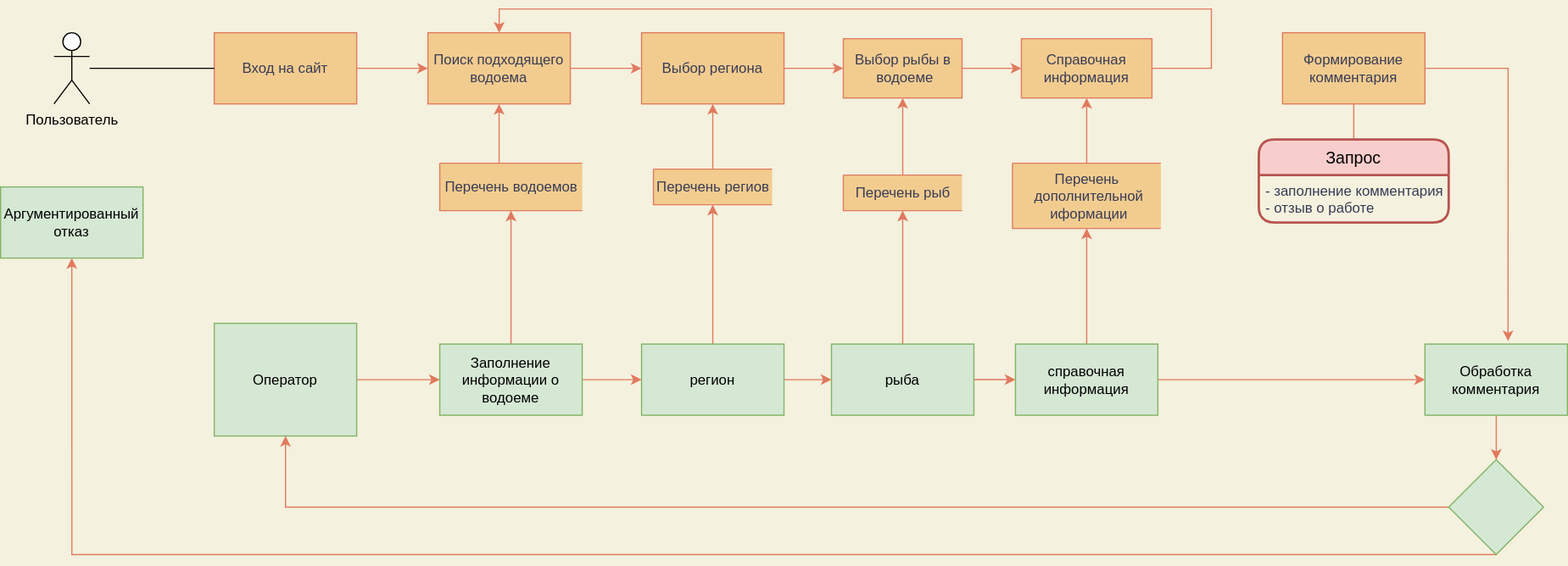
The draw.io diagram DFD latest.svg in Gsuslov/site, before a commit. Source tidied: cells renumbered, new cells last; positions are measured from the earlier drawing's top-left corner, leaving out a move shared by most shapes.
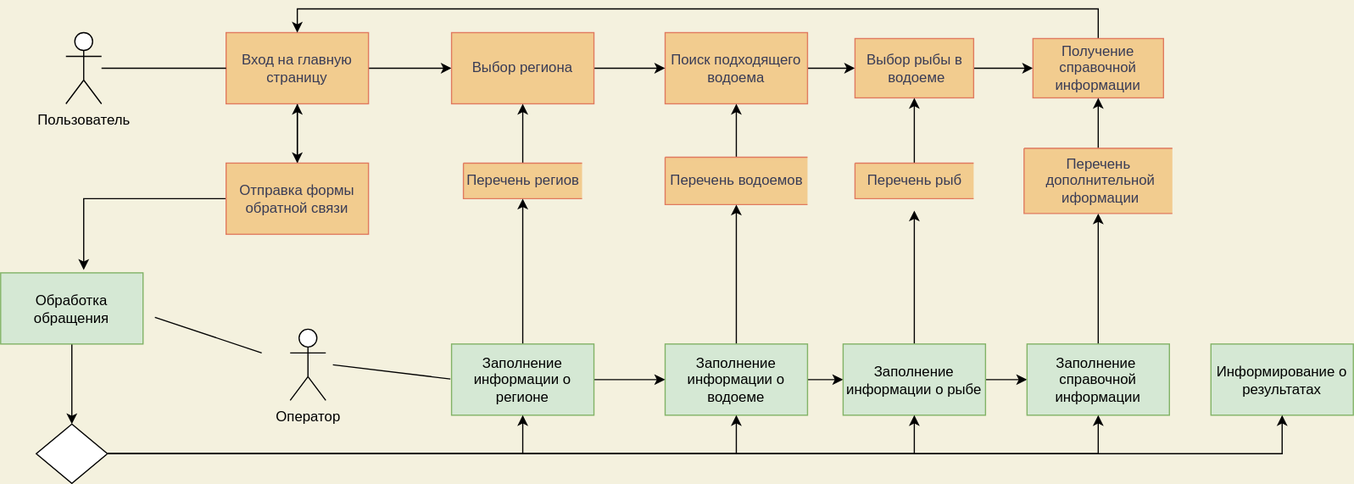
Later version of the same file.

Diff of the diagram source:
```diff
@@ -2,148 +2,124 @@
   <root>
     <mxCell id="0" />
     <mxCell id="1" parent="0" />
-    <mxCell id="2" style="edgeStyle=orthogonalEdgeStyle;rounded=0;jettySize=auto;html=1;labelBackgroundColor=#F4F1DE;strokeColor=#E07A5F;fontColor=#393C56;" parent="1" edge="1" source="3" target="5">
-      <mxGeometry relative="1" as="geometry" />
-    </mxCell>
+    <mxCell id="47" style="edgeStyle=orthogonalEdgeStyle;rounded=0;jettySize=auto;html=1;" parent="1" edge="1" source="3" target="7">
+      <mxGeometry relative="1" as="geometry" />
+    </mxCell>
+    <mxCell id="48" style="edgeStyle=orthogonalEdgeStyle;rounded=0;jettySize=auto;html=1;" parent="1" edge="1" source="3" target="36">
+      <mxGeometry relative="1" as="geometry" />
+    </mxCell>
-    <mxCell id="3" value="Вход на сайт" style="rounded=0;whiteSpace=wrap;html=1;fillColor=#F2CC8F;strokeColor=#E07A5F;fontColor=#393C56;" parent="1" vertex="1">
+    <mxCell id="3" value="Вход на главную страницу" style="rounded=0;whiteSpace=wrap;html=1;fillColor=#F2CC8F;strokeColor=#E07A5F;fontColor=#393C56;" parent="1" vertex="1">
       <mxGeometry x="180" y="20" width="120" height="60" as="geometry" />
     </mxCell>
-    <mxCell id="4" style="edgeStyle=orthogonalEdgeStyle;rounded=0;jettySize=auto;html=1;labelBackgroundColor=#F4F1DE;strokeColor=#E07A5F;fontColor=#393C56;" parent="1" edge="1" source="5" target="7">
-      <mxGeometry relative="1" as="geometry" />
-    </mxCell>
+    <mxCell id="49" style="edgeStyle=orthogonalEdgeStyle;rounded=0;jettySize=auto;html=1;" parent="1" edge="1" source="5" target="14">
+      <mxGeometry relative="1" as="geometry" />
+    </mxCell>
     <mxCell id="5" value="Поиск подходящего водоема" style="rounded=0;whiteSpace=wrap;html=1;fillColor=#F2CC8F;strokeColor=#E07A5F;fontColor=#393C56;" parent="1" vertex="1">
-      <mxGeometry x="360" y="20" width="120" height="60" as="geometry" />
+      <mxGeometry x="550" y="20" width="120" height="60" as="geometry" />
     </mxCell>
-    <mxCell id="6" style="edgeStyle=orthogonalEdgeStyle;rounded=0;jettySize=auto;html=1;labelBackgroundColor=#F4F1DE;strokeColor=#E07A5F;fontColor=#393C56;" parent="1" edge="1" source="7" target="14">
-      <mxGeometry relative="1" as="geometry" />
-    </mxCell>
+    <mxCell id="50" style="edgeStyle=orthogonalEdgeStyle;rounded=0;jettySize=auto;html=1;" parent="1" edge="1" source="7" target="5">
+      <mxGeometry relative="1" as="geometry" />
+    </mxCell>
     <mxCell id="7" value="Выбор региона" style="rounded=0;whiteSpace=wrap;html=1;fillColor=#F2CC8F;strokeColor=#E07A5F;fontColor=#393C56;" parent="1" vertex="1">
-      <mxGeometry x="540" y="20" width="120" height="60" as="geometry" />
+      <mxGeometry x="370" y="20" width="120" height="60" as="geometry" />
     </mxCell>
-    <mxCell id="8" style="edgeStyle=orthogonalEdgeStyle;rounded=0;jettySize=auto;html=1;labelBackgroundColor=#F4F1DE;strokeColor=#E07A5F;fontColor=#393C56;" parent="1" edge="1" source="15" target="5">
-      <mxGeometry relative="1" as="geometry">
-        <Array as="points">
-          <mxPoint x="1020" y="50" />
-          <mxPoint x="1020" />
-          <mxPoint x="420" />
-        </Array>
-      </mxGeometry>
-    </mxCell>
-    <mxCell id="9" style="edgeStyle=orthogonalEdgeStyle;rounded=0;jettySize=auto;html=1;labelBackgroundColor=#F4F1DE;strokeColor=#E07A5F;fontColor=#393C56;" parent="1" edge="1" target="5">
-      <mxGeometry relative="1" as="geometry">
-        <mxPoint x="420" y="130" as="sourcePoint" />
-      </mxGeometry>
-    </mxCell>
+    <mxCell id="51" style="edgeStyle=orthogonalEdgeStyle;rounded=0;jettySize=auto;html=1;entryX=0.5;entryY=1;entryDx=0;entryDy=0;" parent="1" edge="1" source="10" target="5">
+      <mxGeometry relative="1" as="geometry" />
+    </mxCell>
     <mxCell id="10" value="Перечень водоемов" style="html=1;dashed=0;whitespace=wrap;shape=partialRectangle;right=0;fillColor=#F2CC8F;strokeColor=#E07A5F;fontColor=#393C56;" parent="1" vertex="1">
-      <mxGeometry x="370" y="130" width="120" height="40" as="geometry" />
+      <mxGeometry x="550" y="125" width="120" height="40" as="geometry" />
     </mxCell>
-    <mxCell id="11" style="edgeStyle=orthogonalEdgeStyle;rounded=0;jettySize=auto;html=1;labelBackgroundColor=#F4F1DE;strokeColor=#E07A5F;fontColor=#393C56;" parent="1" edge="1" source="12" target="7">
+    <mxCell id="11" style="edgeStyle=orthogonalEdgeStyle;rounded=0;jettySize=auto;html=1;" parent="1" edge="1" source="12" target="7">
       <mxGeometry relative="1" as="geometry" />
     </mxCell>
     <mxCell id="12" value="Перечень региов" style="html=1;dashed=0;whitespace=wrap;shape=partialRectangle;right=0;fillColor=#F2CC8F;strokeColor=#E07A5F;fontColor=#393C56;" parent="1" vertex="1">
-      <mxGeometry x="550" y="135" width="100" height="30" as="geometry" />
+      <mxGeometry x="380" y="130" width="100" height="30" as="geometry" />
     </mxCell>
-    <mxCell id="13" style="edgeStyle=orthogonalEdgeStyle;rounded=0;jettySize=auto;html=1;labelBackgroundColor=#F4F1DE;strokeColor=#E07A5F;fontColor=#393C56;" parent="1" edge="1" source="14" target="15">
+    <mxCell id="13" style="edgeStyle=orthogonalEdgeStyle;rounded=0;jettySize=auto;html=1;" parent="1" edge="1" source="14" target="15">
       <mxGeometry relative="1" as="geometry" />
     </mxCell>
     <mxCell id="14" value="Выбор рыбы в&lt;br&gt;&amp;nbsp;водоеме" style="html=1;dashed=0;whitespace=wrap;fillColor=#F2CC8F;strokeColor=#E07A5F;fontColor=#393C56;" parent="1" vertex="1">
       <mxGeometry x="710" y="25" width="100" height="50" as="geometry" />
     </mxCell>
+    <mxCell id="52" style="edgeStyle=orthogonalEdgeStyle;rounded=0;jettySize=auto;html=1;entryX=0.5;entryY=0;entryDx=0;entryDy=0;" parent="1" edge="1" source="15" target="3">
+      <mxGeometry relative="1" as="geometry">
+        <Array as="points">
+          <mxPoint x="915" />
+          <mxPoint x="240" />
+        </Array>
+      </mxGeometry>
+    </mxCell>
-    <mxCell id="15" value="Справочная информация" style="rounded=0;whiteSpace=wrap;html=1;fillColor=#F2CC8F;strokeColor=#E07A5F;fontColor=#393C56;" parent="1" vertex="1">
+    <mxCell id="15" value="Получение справочной информации" style="rounded=0;whiteSpace=wrap;html=1;fillColor=#F2CC8F;strokeColor=#E07A5F;fontColor=#393C56;" parent="1" vertex="1">
       <mxGeometry x="860" y="25" width="110" height="50" as="geometry" />
     </mxCell>
-    <mxCell id="16" style="edgeStyle=orthogonalEdgeStyle;rounded=0;jettySize=auto;html=1;labelBackgroundColor=#F4F1DE;strokeColor=#E07A5F;fontColor=#393C56;" parent="1" edge="1" source="17" target="24">
-      <mxGeometry relative="1" as="geometry" />
-    </mxCell>
-    <mxCell id="17" value="Оператор&lt;br&gt;" style="rounded=0;whiteSpace=wrap;html=1;fillColor=#d5e8d4;strokeColor=#82b366;" parent="1" vertex="1">
-      <mxGeometry x="180" y="265" width="120" height="95" as="geometry" />
-    </mxCell>
-    <mxCell id="18" style="edgeStyle=orthogonalEdgeStyle;rounded=0;jettySize=auto;html=1;labelBackgroundColor=#F4F1DE;strokeColor=#E07A5F;fontColor=#393C56;" parent="1" edge="1" source="19" target="14">
+    <mxCell id="18" style="edgeStyle=orthogonalEdgeStyle;rounded=0;jettySize=auto;html=1;" parent="1" edge="1" source="19" target="14">
       <mxGeometry relative="1" as="geometry" />
     </mxCell>
     <mxCell id="19" value="Перечень рыб" style="html=1;dashed=0;whitespace=wrap;shape=partialRectangle;right=0;fillColor=#F2CC8F;strokeColor=#E07A5F;fontColor=#393C56;" parent="1" vertex="1">
-      <mxGeometry x="710" y="140" width="100" height="30" as="geometry" />
+      <mxGeometry x="710" y="130" width="100" height="30" as="geometry" />
     </mxCell>
-    <mxCell id="20" style="edgeStyle=orthogonalEdgeStyle;rounded=0;jettySize=auto;html=1;labelBackgroundColor=#F4F1DE;strokeColor=#E07A5F;fontColor=#393C56;" parent="1" edge="1" source="21" target="15">
+    <mxCell id="20" style="edgeStyle=orthogonalEdgeStyle;rounded=0;jettySize=auto;html=1;" parent="1" edge="1" source="21" target="15">
       <mxGeometry relative="1" as="geometry" />
     </mxCell>
     <mxCell id="21" value="Перечень&lt;br&gt;&amp;nbsp;дополнительной&lt;br&gt;&amp;nbsp;иформации" style="html=1;dashed=0;whitespace=wrap;shape=partialRectangle;right=0;fillColor=#F2CC8F;strokeColor=#E07A5F;fontColor=#393C56;" parent="1" vertex="1">
-      <mxGeometry x="852.5" y="130" width="125" height="55" as="geometry" />
+      <mxGeometry x="852.5" y="117.5" width="125" height="55" as="geometry" />
     </mxCell>
+    <mxCell id="53" style="edgeStyle=orthogonalEdgeStyle;rounded=0;jettySize=auto;html=1;" parent="1" edge="1" source="24" target="30">
+      <mxGeometry relative="1" as="geometry" />
+    </mxCell>
-    <mxCell id="22" style="edgeStyle=orthogonalEdgeStyle;rounded=0;jettySize=auto;html=1;entryX=0.5;entryY=1;entryDx=0;entryDy=0;labelBackgroundColor=#F4F1DE;strokeColor=#E07A5F;fontColor=#393C56;" parent="1" edge="1" source="24" target="10">
+    <mxCell id="22" style="edgeStyle=orthogonalEdgeStyle;rounded=0;jettySize=auto;html=1;entryX=0.5;entryY=1;entryDx=0;entryDy=0;" parent="1" edge="1" source="24" target="10">
       <mxGeometry relative="1" as="geometry" />
     </mxCell>
-    <mxCell id="23" style="edgeStyle=orthogonalEdgeStyle;rounded=0;jettySize=auto;html=1;labelBackgroundColor=#F4F1DE;strokeColor=#E07A5F;fontColor=#393C56;" parent="1" edge="1" source="24" target="27">
-      <mxGeometry relative="1" as="geometry" />
-    </mxCell>
     <mxCell id="24" value="Заполнение информации о водоеме" style="rounded=0;whiteSpace=wrap;html=1;fillColor=#d5e8d4;strokeColor=#82b366;" parent="1" vertex="1">
-      <mxGeometry x="370" y="282.5" width="120" height="60" as="geometry" />
+      <mxGeometry x="550" y="282.5" width="120" height="60" as="geometry" />
     </mxCell>
-    <mxCell id="25" style="edgeStyle=orthogonalEdgeStyle;rounded=0;jettySize=auto;html=1;labelBackgroundColor=#F4F1DE;strokeColor=#E07A5F;fontColor=#393C56;" parent="1" edge="1" source="27" target="30">
-      <mxGeometry relative="1" as="geometry" />
-    </mxCell>
+    <mxCell id="54" style="edgeStyle=orthogonalEdgeStyle;rounded=0;jettySize=auto;html=1;" parent="1" edge="1" source="27" target="24">
+      <mxGeometry relative="1" as="geometry" />
+    </mxCell>
-    <mxCell id="26" style="edgeStyle=orthogonalEdgeStyle;rounded=0;jettySize=auto;html=1;labelBackgroundColor=#F4F1DE;strokeColor=#E07A5F;fontColor=#393C56;" parent="1" edge="1" source="27" target="12">
+    <mxCell id="26" style="edgeStyle=orthogonalEdgeStyle;rounded=0;jettySize=auto;html=1;entryX=0.5;entryY=1;entryDx=0;entryDy=0;" parent="1" edge="1" source="27" target="12">
       <mxGeometry relative="1" as="geometry" />
     </mxCell>
-    <mxCell id="27" value="регион" style="rounded=0;whiteSpace=wrap;html=1;fillColor=#d5e8d4;strokeColor=#82b366;" parent="1" vertex="1">
-      <mxGeometry x="540" y="282.5" width="120" height="60" as="geometry" />
+    <mxCell id="27" value="Заполнение информации о регионе" style="rounded=0;whiteSpace=wrap;html=1;fillColor=#d5e8d4;strokeColor=#82b366;" parent="1" vertex="1">
+      <mxGeometry x="370" y="282.5" width="120" height="60" as="geometry" />
     </mxCell>
-    <mxCell id="28" style="edgeStyle=orthogonalEdgeStyle;rounded=0;jettySize=auto;html=1;labelBackgroundColor=#F4F1DE;strokeColor=#E07A5F;fontColor=#393C56;" parent="1" edge="1" source="30" target="19">
-      <mxGeometry relative="1" as="geometry" />
-    </mxCell>
+    <mxCell id="55" style="edgeStyle=orthogonalEdgeStyle;rounded=0;jettySize=auto;html=1;" parent="1" edge="1" source="30">
+      <mxGeometry relative="1" as="geometry">
+        <mxPoint x="760" y="170" as="targetPoint" />
+      </mxGeometry>
+    </mxCell>
-    <mxCell id="29" style="edgeStyle=orthogonalEdgeStyle;rounded=0;jettySize=auto;html=1;labelBackgroundColor=#F4F1DE;strokeColor=#E07A5F;fontColor=#393C56;" parent="1" edge="1" source="30" target="33">
+    <mxCell id="29" style="edgeStyle=orthogonalEdgeStyle;rounded=0;jettySize=auto;html=1;" parent="1" edge="1" source="30" target="33">
       <mxGeometry relative="1" as="geometry" />
     </mxCell>
-    <mxCell id="30" value="рыба" style="rounded=0;whiteSpace=wrap;html=1;fillColor=#d5e8d4;strokeColor=#82b366;" parent="1" vertex="1">
+    <mxCell id="30" value="Заполнение информации о рыбе" style="rounded=0;whiteSpace=wrap;html=1;fillColor=#d5e8d4;strokeColor=#82b366;" parent="1" vertex="1">
       <mxGeometry x="700" y="282.5" width="120" height="60" as="geometry" />
     </mxCell>
-    <mxCell id="31" style="edgeStyle=orthogonalEdgeStyle;rounded=0;jettySize=auto;html=1;labelBackgroundColor=#F4F1DE;strokeColor=#E07A5F;fontColor=#393C56;" parent="1" edge="1" source="33" target="21">
+    <mxCell id="31" style="edgeStyle=orthogonalEdgeStyle;rounded=0;jettySize=auto;html=1;entryX=0.5;entryY=1;entryDx=0;entryDy=0;" parent="1" edge="1" source="33" target="21">
       <mxGeometry relative="1" as="geometry" />
     </mxCell>
-    <mxCell id="32" style="edgeStyle=orthogonalEdgeStyle;rounded=0;jettySize=auto;html=1;labelBackgroundColor=#F4F1DE;strokeColor=#E07A5F;fontColor=#393C56;" parent="1" edge="1" source="33" target="40">
-      <mxGeometry relative="1" as="geometry" />
-    </mxCell>
-    <mxCell id="33" value="справочная информация" style="rounded=0;whiteSpace=wrap;html=1;fillColor=#d5e8d4;strokeColor=#82b366;" parent="1" vertex="1">
+    <mxCell id="33" value="Заполнение&amp;nbsp; справочной информации" style="rounded=0;whiteSpace=wrap;html=1;fillColor=#d5e8d4;strokeColor=#82b366;" parent="1" vertex="1">
       <mxGeometry x="855" y="282.5" width="120" height="60" as="geometry" />
     </mxCell>
-    <mxCell id="34" style="edgeStyle=orthogonalEdgeStyle;rounded=0;jettySize=auto;html=1;labelBackgroundColor=#F4F1DE;strokeColor=#E07A5F;fontColor=#393C56;" parent="1" edge="1" source="36" target="38">
-      <mxGeometry relative="1" as="geometry" />
-    </mxCell>
-    <mxCell id="35" style="edgeStyle=orthogonalEdgeStyle;rounded=0;jettySize=auto;html=1;labelBackgroundColor=#F4F1DE;strokeColor=#E07A5F;fontColor=#393C56;" parent="1" edge="1" source="36">
-      <mxGeometry relative="1" as="geometry">
-        <mxPoint x="1270" y="280" as="targetPoint" />
-      </mxGeometry>
-    </mxCell>
+    <mxCell id="56" style="edgeStyle=orthogonalEdgeStyle;rounded=0;jettySize=auto;html=1;" parent="1" edge="1" source="36">
+      <mxGeometry relative="1" as="geometry">
+        <mxPoint x="60" y="220" as="targetPoint" />
+      </mxGeometry>
+    </mxCell>
+    <mxCell id="57" style="edgeStyle=orthogonalEdgeStyle;rounded=0;jettySize=auto;html=1;" parent="1" edge="1" source="36">
+      <mxGeometry relative="1" as="geometry">
+        <mxPoint x="240" y="80" as="targetPoint" />
+      </mxGeometry>
+    </mxCell>
-    <mxCell id="36" value="Формирование&lt;br&gt;комментария&lt;br&gt;" style="rounded=0;whiteSpace=wrap;html=1;fillColor=#F2CC8F;strokeColor=#E07A5F;fontColor=#393C56;" parent="1" vertex="1">
-      <mxGeometry x="1080" y="20" width="120" height="60" as="geometry" />
+    <mxCell id="36" value="Отправка формы обратной связи" style="rounded=0;whiteSpace=wrap;html=1;fillColor=#F2CC8F;strokeColor=#E07A5F;fontColor=#393C56;" parent="1" vertex="1">
+      <mxGeometry x="180" y="130" width="120" height="60" as="geometry" />
     </mxCell>
-    <mxCell id="37" value="Запрос" style="swimlane;horizontal=1;startSize=30;rounded=1;fontSize=14;fontStyle=0;strokeWidth=2;shadow=0;dashed=0;align=center;fillColor=#f8cecc;strokeColor=#b85450;" parent="1" vertex="1">
-      <mxGeometry x="1060" y="110" width="160" height="70" as="geometry" />
-    </mxCell>
-    <mxCell id="38" value="- заполнение комментария&#10;- отзыв о работе" style="align=left;strokeColor=none;fillColor=none;spacingLeft=4;fontSize=12;verticalAlign=top;fontColor=#393C56;" parent="37" vertex="1">
-      <mxGeometry y="30" width="160" height="40" as="geometry" />
-    </mxCell>
-    <mxCell id="39" style="edgeStyle=orthogonalEdgeStyle;rounded=0;jettySize=auto;html=1;labelBackgroundColor=#F4F1DE;strokeColor=#E07A5F;fontColor=#393C56;" parent="1" edge="1" source="40" target="43">
-      <mxGeometry relative="1" as="geometry" />
-    </mxCell>
+    <mxCell id="58" style="edgeStyle=orthogonalEdgeStyle;rounded=0;jettySize=auto;html=1;" parent="1" edge="1" source="40" target="66">
+      <mxGeometry relative="1" as="geometry" />
+    </mxCell>
-    <mxCell id="40" value="Обработка&lt;br&gt;комментария" style="rounded=0;whiteSpace=wrap;html=1;fillColor=#d5e8d4;strokeColor=#82b366;" parent="1" vertex="1">
-      <mxGeometry x="1200" y="282.5" width="120" height="60" as="geometry" />
+    <mxCell id="40" value="Обработка&lt;br&gt;обращения" style="rounded=0;whiteSpace=wrap;html=1;fillColor=#d5e8d4;strokeColor=#82b366;" parent="1" vertex="1">
+      <mxGeometry x="-10" y="222.5" width="120" height="60" as="geometry" />
     </mxCell>
-    <mxCell id="41" style="edgeStyle=orthogonalEdgeStyle;rounded=0;jettySize=auto;html=1;labelBackgroundColor=#F4F1DE;strokeColor=#E07A5F;fontColor=#393C56;" parent="1" edge="1" source="43" target="17">
-      <mxGeometry relative="1" as="geometry" />
-    </mxCell>
-    <mxCell id="42" style="edgeStyle=orthogonalEdgeStyle;rounded=0;jettySize=auto;html=1;entryX=0.5;entryY=1;entryDx=0;entryDy=0;labelBackgroundColor=#F4F1DE;strokeColor=#E07A5F;fontColor=#393C56;" parent="1" edge="1" source="43" target="44">
-      <mxGeometry relative="1" as="geometry">
-        <Array as="points">
-          <mxPoint x="60" y="460" />
-        </Array>
-      </mxGeometry>
-    </mxCell>
-    <mxCell id="43" style="rhombus;whiteSpace=wrap;html=1;fillColor=#d5e8d4;strokeColor=#82b366;" parent="1" vertex="1">
-      <mxGeometry x="1220" y="380" width="80" height="80" as="geometry" />
-    </mxCell>
-    <mxCell id="44" value="Аргументированный отказ&lt;br&gt;" style="rounded=0;whiteSpace=wrap;html=1;fillColor=#d5e8d4;strokeColor=#82b366;" parent="1" vertex="1">
-      <mxGeometry y="150" width="120" height="60" as="geometry" />
+    <mxCell id="44" value="Информирование о результатах&lt;br&gt;" style="rounded=0;whiteSpace=wrap;html=1;fillColor=#d5e8d4;strokeColor=#82b366;" parent="1" vertex="1">
+      <mxGeometry x="1010" y="282.5" width="120" height="60" as="geometry" />
     </mxCell>
     <mxCell id="45" style="rounded=0;jettySize=auto;html=1;endArrow=none;endFill=0;" parent="1" edge="1" source="46" target="3">
       <mxGeometry relative="1" as="geometry" />
@@ -151,5 +127,38 @@
     <mxCell id="46" value="Пользователь" style="shape=umlActor;verticalLabelPosition=bottom;verticalAlign=top;html=1;outlineConnect=0;" parent="1" vertex="1">
       <mxGeometry x="45" y="20" width="30" height="60" as="geometry" />
     </mxCell>
+    <mxCell id="17" value="Оператор" style="shape=umlActor;verticalLabelPosition=bottom;verticalAlign=top;html=1;outlineConnect=0;" parent="1" vertex="1">
+      <mxGeometry x="234" y="270" width="30" height="60" as="geometry" />
+    </mxCell>
+    <mxCell id="59" style="rounded=0;orthogonalLoop=1;jettySize=auto;html=1;endArrow=none;endFill=0;" parent="1" edge="1">
+      <mxGeometry relative="1" as="geometry">
+        <mxPoint x="270" y="300" as="sourcePoint" />
+        <mxPoint x="369" y="312" as="targetPoint" />
+      </mxGeometry>
+    </mxCell>
+    <mxCell id="60" style="rounded=0;orthogonalLoop=1;jettySize=auto;html=1;endArrow=none;endFill=0;" parent="1" edge="1">
+      <mxGeometry relative="1" as="geometry">
+        <mxPoint x="120" y="260" as="sourcePoint" />
+        <mxPoint x="210" y="290" as="targetPoint" />
+      </mxGeometry>
+    </mxCell>
+    <mxCell id="61" style="edgeStyle=orthogonalEdgeStyle;rounded=0;jettySize=auto;html=1;" parent="1" edge="1" source="66" target="27">
+      <mxGeometry relative="1" as="geometry" />
+    </mxCell>
+    <mxCell id="62" style="edgeStyle=orthogonalEdgeStyle;rounded=0;jettySize=auto;html=1;entryX=0.5;entryY=1;entryDx=0;entryDy=0;" parent="1" edge="1" source="66" target="24">
+      <mxGeometry relative="1" as="geometry" />
+    </mxCell>
+    <mxCell id="63" style="edgeStyle=orthogonalEdgeStyle;rounded=0;jettySize=auto;html=1;" parent="1" edge="1" source="66" target="30">
+      <mxGeometry relative="1" as="geometry" />
+    </mxCell>
+    <mxCell id="64" style="edgeStyle=orthogonalEdgeStyle;rounded=0;jettySize=auto;html=1;entryX=0.5;entryY=1;entryDx=0;entryDy=0;" parent="1" edge="1" source="66" target="33">
+      <mxGeometry relative="1" as="geometry" />
+    </mxCell>
+    <mxCell id="65" style="edgeStyle=orthogonalEdgeStyle;rounded=0;jettySize=auto;html=1;entryX=0.5;entryY=1;entryDx=0;entryDy=0;" parent="1" edge="1" source="66" target="44">
+      <mxGeometry relative="1" as="geometry" />
+    </mxCell>
+    <mxCell id="66" style="shape=rhombus;html=1;dashed=0;whitespace=wrap;perimeter=rhombusPerimeter;" parent="1" vertex="1">
+      <mxGeometry x="20" y="350" width="60" height="50" as="geometry" />
+    </mxCell>
   </root>
 </mxGraphModel>
```
